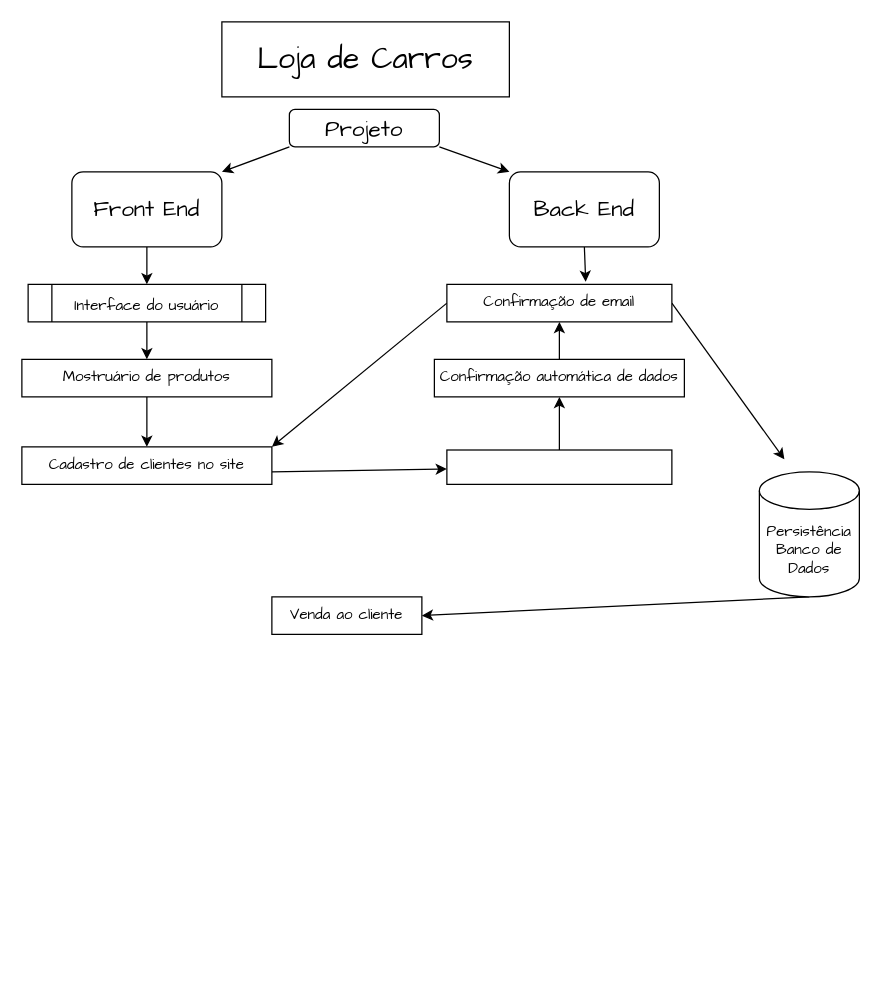
The draw.io diagram Loja de Carros.drawio in ipeeeed/arquivos-da-faculdade, before the edit. Source tidied: cells renumbered, new cells numbered last; positions are measured from the earlier drawing's top-left corner, leaving out a move shared by most shapes. Both pictures are drawn from the tidied source at 125%, with x=0, y=0 at pixel (21, 21).
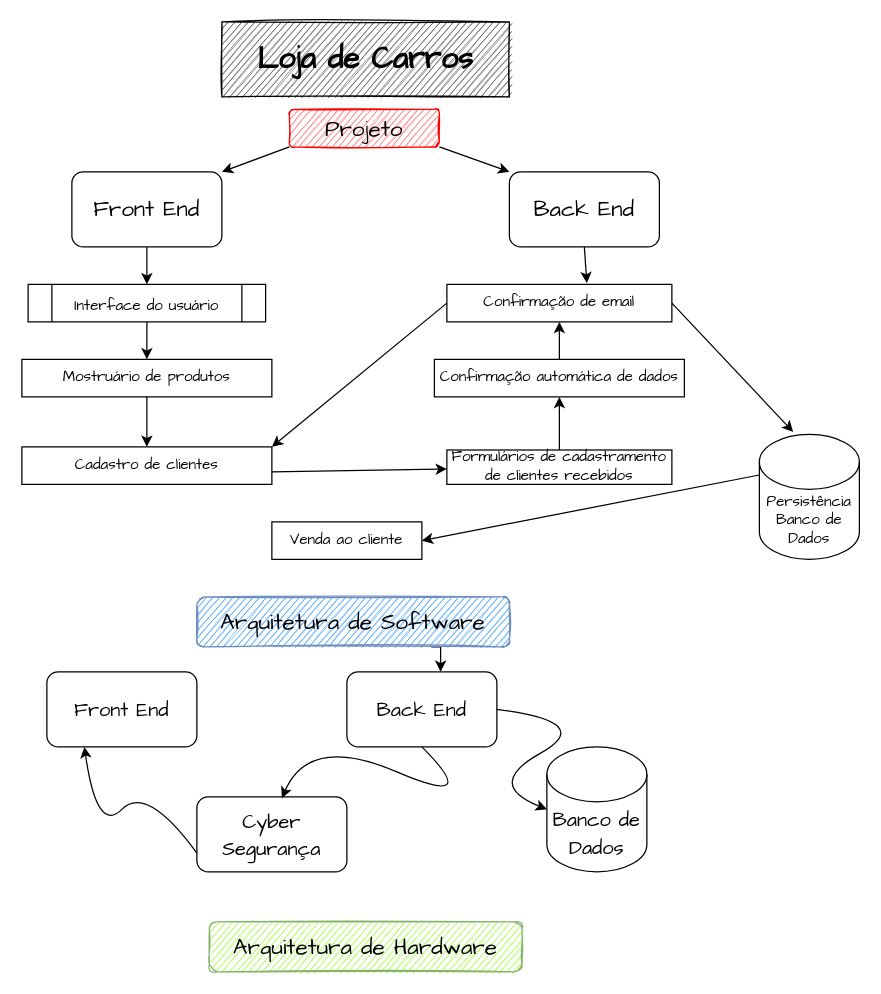
The same page after the edit.

Unchanged cells that the change refers to:
```xml
<mxCell id="7" value="Back End" style="rounded=1;whiteSpace=wrap;html=1;fontFamily=Comic Sans MS;fontSize=18;" parent="1" vertex="1">
  <mxGeometry x="390" y="120" width="120" height="60" as="geometry" />
</mxCell>
<mxCell id="25" value="&lt;span&gt;Confirmação de email&lt;/span&gt;" style="rounded=0;whiteSpace=wrap;html=1;fontFamily=Comic Sans MS;fontSize=12;" parent="1" vertex="1">
  <mxGeometry x="340" y="210" width="180" height="30" as="geometry" />
</mxCell>
```

What changed in the source:
```diff
@@
-    <mxCell id="2" value="&lt;font style=&quot;font-size: 24px&quot; face=&quot;Comic Sans MS&quot;&gt;Loja de Carros&lt;/font&gt;" style="rounded=0;whiteSpace=wrap;html=1;" parent="1" vertex="1">
+    <mxCell id="2" value="&lt;font style=&quot;font-size: 24px&quot; face=&quot;Comic Sans MS&quot;&gt;&lt;b&gt;Loja de Carros&lt;/b&gt;&lt;/font&gt;" style="rounded=0;whiteSpace=wrap;html=1;sketch=1;fillColor=#4D4D4D;" parent="1" vertex="1">
       <mxGeometry x="160" width="230" height="60" as="geometry" />
     </mxCell>
@@
-    <mxCell id="5" value="&lt;font style=&quot;font-size: 18px&quot;&gt;Projeto&lt;/font&gt;" style="rounded=1;whiteSpace=wrap;html=1;fontFamily=Comic Sans MS;fontSize=24;" parent="1" vertex="1">
+    <mxCell id="5" value="&lt;font style=&quot;font-size: 18px&quot;&gt;Projeto&lt;/font&gt;" style="rounded=1;whiteSpace=wrap;html=1;fontFamily=Comic Sans MS;fontSize=24;sketch=1;fillColor=#FF6666;strokeColor=#FF0000;" parent="1" vertex="1">
       <mxGeometry x="214" y="70" width="120" height="30" as="geometry" />
     </mxCell>
-    <mxCell id="6" style="edgeStyle=none;rounded=0;jettySize=auto;html=1;exitX=0.5;exitY=1;exitDx=0;exitDy=0;fontFamily=Comic Sans MS;fontSize=12;entryX=0.617;entryY=-0.067;entryDx=0;entryDy=0;entryPerimeter=0;" parent="1" edge="1" source="7" target="25">
+    <mxCell id="6" style="edgeStyle=none;rounded=0;jettySize=auto;html=1;exitX=0.5;exitY=1;exitDx=0;exitDy=0;fontFamily=Comic Sans MS;fontSize=12;entryX=0.622;entryY=-0.033;entryDx=0;entryDy=0;entryPerimeter=0;" parent="1" edge="1" source="7" target="25">
       <mxGeometry relative="1" as="geometry" />
     </mxCell>
@@
-    <mxCell id="15" value="Cadastro de clientes no site" style="rounded=0;whiteSpace=wrap;html=1;fontFamily=Comic Sans MS;fontSize=12;" parent="1" vertex="1">
+    <mxCell id="15" value="Cadastro de clientes" style="rounded=0;whiteSpace=wrap;html=1;fontFamily=Comic Sans MS;fontSize=12;" parent="1" vertex="1">
       <mxGeometry y="340" width="200" height="30" as="geometry" />
     </mxCell>
     <mxCell id="16" value="Venda ao cliente" style="rounded=0;whiteSpace=wrap;html=1;fontFamily=Comic Sans MS;fontSize=12;" parent="1" vertex="1">
-      <mxGeometry x="200" y="460" width="120" height="30" as="geometry" />
+      <mxGeometry x="200" y="400" width="120" height="30" as="geometry" />
     </mxCell>
@@
-    <mxCell id="18" style="rounded=0;whiteSpace=wrap;html=1;fontFamily=Comic Sans MS;fontSize=12;" parent="1" vertex="1">
+    <mxCell id="18" value="Formulários de cadastramento de clientes recebidos" style="rounded=0;whiteSpace=wrap;html=1;fontFamily=Comic Sans MS;fontSize=12;" parent="1" vertex="1">
       <mxGeometry x="340" y="342.5" width="180" height="27.5" as="geometry" />
     </mxCell>
@@
-    <mxCell id="22" style="edgeStyle=none;rounded=0;jettySize=auto;html=1;exitX=0.5;exitY=1;exitDx=0;exitDy=0;exitPerimeter=0;fontFamily=Comic Sans MS;fontSize=12;entryX=1;entryY=0.5;entryDx=0;entryDy=0;" parent="1" edge="1" source="23" target="16">
+    <mxCell id="22" style="edgeStyle=none;rounded=0;jettySize=auto;html=1;exitX=0;exitY=0;exitDx=0;exitDy=32.5;exitPerimeter=0;fontFamily=Comic Sans MS;fontSize=12;entryX=1;entryY=0.5;entryDx=0;entryDy=0;" parent="1" edge="1" source="23" target="16">
       <mxGeometry relative="1" as="geometry" />
     </mxCell>
-    <mxCell id="23" value="Persistência&lt;br&gt;Banco de&lt;br&gt;Dados" style="shape=cylinder3;whiteSpace=wrap;html=1;boundedLbl=1;backgroundOutline=1;size=15;fontFamily=Comic Sans MS;fontSize=12;" parent="1" vertex="1">
-      <mxGeometry x="590" y="360" width="80" height="100" as="geometry" />
+    <mxCell id="23" value="Persistência&lt;br&gt;Banco de&lt;br&gt;Dados" style="shape=cylinder3;whiteSpace=wrap;html=1;boundedLbl=1;backgroundOutline=1;size=22;fontFamily=Comic Sans MS;fontSize=12;" parent="1" vertex="1">
+      <mxGeometry x="590" y="330" width="80" height="100" as="geometry" />
     </mxCell>
-    <mxCell id="24" style="edgeStyle=none;rounded=0;jettySize=auto;html=1;exitX=1;exitY=0.5;exitDx=0;exitDy=0;fontFamily=Comic Sans MS;fontSize=12;" parent="1" edge="1" source="25">
-      <mxGeometry relative="1" as="geometry">
-        <mxPoint x="610" y="350" as="targetPoint" />
-      </mxGeometry>
+    <mxCell id="24" style="edgeStyle=none;rounded=0;jettySize=auto;html=1;exitX=1;exitY=0.5;exitDx=0;exitDy=0;fontFamily=Comic Sans MS;fontSize=12;entryX=0.338;entryY=-0.02;entryDx=0;entryDy=0;entryPerimeter=0;" parent="1" edge="1" source="25" target="23">
+      <mxGeometry relative="1" as="geometry" />
     </mxCell>
@@
+    <mxCell id="26" style="edgeStyle=orthogonalEdgeStyle;rounded=0;jettySize=auto;html=1;exitX=0.75;exitY=1;exitDx=0;exitDy=0;entryX=0.625;entryY=0;entryDx=0;entryDy=0;entryPerimeter=0;fontFamily=Comic Sans MS;fontSize=14;fontColor=#000000;" parent="1" edge="1" source="27" target="29">
+      <mxGeometry relative="1" as="geometry" />
+    </mxCell>
+    <mxCell id="27" value="&lt;font face=&quot;Comic Sans MS&quot; style=&quot;font-size: 18px&quot;&gt;Arquitetura de Software&lt;/font&gt;" style="rounded=1;whiteSpace=wrap;html=1;fillColor=#3399FF;strokeColor=#6c8ebf;sketch=1;glass=0;" parent="1" vertex="1">
+      <mxGeometry x="140" y="460" width="250" height="40" as="geometry" />
+    </mxCell>
+    <mxCell id="28" value="&lt;font size=&quot;3&quot;&gt;Banco de Dados&lt;/font&gt;" style="shape=cylinder3;whiteSpace=wrap;html=1;boundedLbl=1;backgroundOutline=1;size=22;fontFamily=Comic Sans MS;fontSize=18;" parent="1" vertex="1">
+      <mxGeometry x="420" y="580" width="80" height="100" as="geometry" />
+    </mxCell>
+    <mxCell id="29" value="&lt;font style=&quot;font-size: 16px&quot;&gt;Back End&lt;/font&gt;" style="rounded=1;whiteSpace=wrap;html=1;fontFamily=Comic Sans MS;fontSize=18;" parent="1" vertex="1">
+      <mxGeometry x="260" y="520" width="120" height="60" as="geometry" />
+    </mxCell>
+    <mxCell id="30" value="&lt;font style=&quot;font-size: 16px&quot;&gt;Cyber Segurança&lt;/font&gt;" style="rounded=1;whiteSpace=wrap;html=1;fontFamily=Comic Sans MS;fontSize=18;" parent="1" vertex="1">
+      <mxGeometry x="140" y="620" width="120" height="60" as="geometry" />
+    </mxCell>
+    <mxCell id="31" value="&lt;font size=&quot;3&quot;&gt;Front End&lt;/font&gt;" style="rounded=1;whiteSpace=wrap;html=1;fontFamily=Comic Sans MS;fontSize=18;" parent="1" vertex="1">
+      <mxGeometry x="20" y="520" width="120" height="60" as="geometry" />
+    </mxCell>
+    <mxCell id="32" value="&lt;font face=&quot;Comic Sans MS&quot; style=&quot;font-size: 18px&quot;&gt;Arquitetura de Hardware&lt;/font&gt;" style="rounded=1;whiteSpace=wrap;html=1;fillColor=#99FF33;strokeColor=#82b366;sketch=1;" parent="1" vertex="1">
+      <mxGeometry x="150" y="720" width="250" height="40" as="geometry" />
+    </mxCell>
+    <mxCell id="33" style="curved=1;endArrow=classic;html=1;rounded=0;fontFamily=Comic Sans MS;fontSize=14;fontColor=#000000;exitX=1;exitY=0.5;exitDx=0;exitDy=0;entryX=0;entryY=0.5;entryDx=0;entryDy=0;entryPerimeter=0;" parent="1" edge="1" source="29" target="28">
+      <mxGeometry relative="1" as="geometry">
+        <Array as="points">
+          <mxPoint x="460" y="560" />
+          <mxPoint x="370" y="610" />
+        </Array>
+      </mxGeometry>
+    </mxCell>
+    <mxCell id="34" style="curved=1;endArrow=classic;html=1;rounded=0;fontFamily=Comic Sans MS;fontSize=14;fontColor=#000000;exitX=0.5;exitY=1;exitDx=0;exitDy=0;entryX=0.567;entryY=0.017;entryDx=0;entryDy=0;entryPerimeter=0;" parent="1" edge="1" source="29" target="30">
+      <mxGeometry relative="1" as="geometry">
+        <Array as="points">
+          <mxPoint x="370" y="630" />
+          <mxPoint x="230" y="570" />
+        </Array>
+      </mxGeometry>
+    </mxCell>
+    <mxCell id="35" style="curved=1;endArrow=classic;html=1;rounded=0;fontFamily=Comic Sans MS;fontSize=14;fontColor=#000000;entryX=0.25;entryY=1;entryDx=0;entryDy=0;exitX=0;exitY=0.75;exitDx=0;exitDy=0;" parent="1" edge="1" source="30" target="31">
+      <mxGeometry relative="1" as="geometry">
+        <Array as="points">
+          <mxPoint x="100" y="610" />
+          <mxPoint x="60" y="650" />
+        </Array>
+      </mxGeometry>
+    </mxCell>
```
